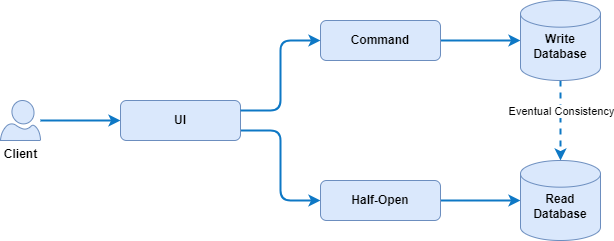
Earlier version of the draw.io export technology-expertise/images/arc-snippets/cqrs-pattern.drawio.png (alwarmb/alwarmb.github.io). Source tidied: cells renumbered, new cells last; positions are measured from the earlier drawing's top-left corner, leaving out a move shared by most shapes. The source it was exported from:
```xml
<mxGraphModel>
  <root>
    <mxCell id="0" />
    <mxCell id="1" parent="0" />
    <mxCell id="2" style="edgeStyle=orthogonalEdgeStyle;html=1;entryX=0;entryY=0.5;entryDx=0;entryDy=0;startArrow=none;startFill=0;strokeColor=#0E78C5;fillColor=#dae8fc;strokeWidth=2;" parent="1" edge="1" source="3" target="5">
      <mxGeometry relative="1" as="geometry" />
    </mxCell>
    <mxCell id="3" value="Client" style="verticalLabelPosition=bottom;html=1;verticalAlign=top;align=center;strokeColor=#6c8ebf;fillColor=#dae8fc;shape=mxgraph.azure.user;fontStyle=1;" parent="1" vertex="1">
      <mxGeometry y="100" width="40" height="40" as="geometry" />
    </mxCell>
    <mxCell id="4" style="html=1;entryX=0;entryY=0.5;entryDx=0;entryDy=0;startArrow=none;startFill=0;exitX=1;exitY=0.75;exitDx=0;exitDy=0;strokeColor=#0E78C5;fillColor=#dae8fc;edgeStyle=orthogonalEdgeStyle;strokeWidth=2;" parent="1" edge="1" source="5" target="9">
      <mxGeometry relative="1" as="geometry" />
    </mxCell>
    <mxCell id="5" value="UI" style="rounded=1;whiteSpace=wrap;html=1;fillColor=#dae8fc;strokeColor=#6C8EBF;fontStyle=1;" parent="1" vertex="1">
      <mxGeometry x="120" y="100" width="120" height="40" as="geometry" />
    </mxCell>
    <mxCell id="6" style="edgeStyle=orthogonalEdgeStyle;html=1;entryX=0;entryY=0.5;entryDx=0;entryDy=0;entryPerimeter=0;startArrow=none;startFill=0;strokeColor=#0E78C5;fillColor=#dae8fc;strokeWidth=2;" parent="1" edge="1" source="7" target="13">
      <mxGeometry relative="1" as="geometry" />
    </mxCell>
    <mxCell id="7" value="Command" style="rounded=1;whiteSpace=wrap;html=1;fillColor=#dae8fc;strokeColor=#6c8ebf;fontStyle=1;" parent="1" vertex="1">
      <mxGeometry x="320" y="20" width="120" height="40" as="geometry" />
    </mxCell>
    <mxCell id="8" value="&lt;br&gt;&lt;br&gt;&lt;br&gt;" style="edgeStyle=orthogonalEdgeStyle;html=1;entryX=0;entryY=0.5;entryDx=0;entryDy=0;entryPerimeter=0;startArrow=none;startFill=0;strokeColor=#0E78C5;fillColor=#dae8fc;strokeWidth=2;" parent="1" edge="1" source="9" target="14">
      <mxGeometry relative="1" as="geometry" />
    </mxCell>
    <mxCell id="9" value="Half-Open" style="rounded=1;whiteSpace=wrap;html=1;fillColor=#dae8fc;strokeColor=#6c8ebf;fontStyle=1;" parent="1" vertex="1">
      <mxGeometry x="320" y="180" width="120" height="40" as="geometry" />
    </mxCell>
    <mxCell id="10" style="edgeStyle=orthogonalEdgeStyle;html=1;entryX=0;entryY=0.5;entryDx=0;entryDy=0;fillColor=#dae8fc;strokeColor=#0E78C5;startArrow=none;startFill=0;exitX=1;exitY=0.25;exitDx=0;exitDy=0;strokeWidth=2;" parent="1" edge="1" source="5" target="7">
      <mxGeometry relative="1" as="geometry" />
    </mxCell>
    <mxCell id="11" style="edgeStyle=none;html=1;entryX=0.5;entryY=0;entryDx=0;entryDy=0;entryPerimeter=0;strokeColor=#0E78C5;fillColor=#dae8fc;startArrow=none;startFill=0;dashed=1;strokeWidth=2;" parent="1" edge="1" source="13" target="14">
      <mxGeometry relative="1" as="geometry" />
    </mxCell>
    <mxCell id="12" value="Eventual Consistency" style="edgeLabel;html=1;align=center;verticalAlign=middle;" parent="11" vertex="1">
      <mxGeometry x="0.21" y="-1" relative="1" as="geometry">
        <mxPoint x="1" y="-18" as="offset" />
      </mxGeometry>
    </mxCell>
    <mxCell id="13" value="Write&lt;br&gt;Database" style="strokeWidth=1;html=1;shape=mxgraph.flowchart.database;whiteSpace=wrap;fillColor=#dae8fc;strokeColor=#6c8ebf;spacing=2;fontStyle=1;spacingTop=12;" parent="1" vertex="1">
      <mxGeometry x="520" width="80" height="80" as="geometry" />
    </mxCell>
    <mxCell id="14" value="Read Database" style="strokeWidth=1;html=1;shape=mxgraph.flowchart.database;whiteSpace=wrap;fillColor=#dae8fc;strokeColor=#6c8ebf;fontStyle=1;spacingTop=12;" parent="1" vertex="1">
      <mxGeometry x="520" y="160" width="80" height="80" as="geometry" />
    </mxCell>
  </root>
</mxGraphModel>
```
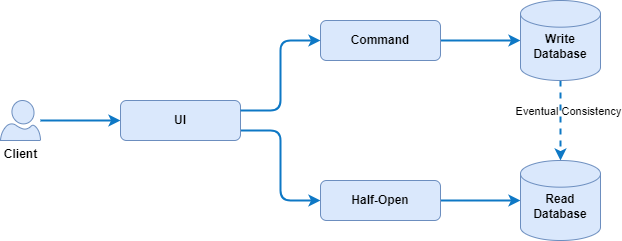
The same file after the commit.

Diff of the diagram source:
```diff
@@ -32,9 +32,9 @@
     <mxCell id="11" style="edgeStyle=none;html=1;entryX=0.5;entryY=0;entryDx=0;entryDy=0;entryPerimeter=0;strokeColor=#0E78C5;fillColor=#dae8fc;startArrow=none;startFill=0;dashed=1;strokeWidth=2;" parent="1" edge="1" source="13" target="14">
       <mxGeometry relative="1" as="geometry" />
     </mxCell>
-    <mxCell id="12" value="Eventual Consistency" style="edgeLabel;html=1;align=center;verticalAlign=middle;" parent="11" vertex="1">
+    <mxCell id="12" value="Eventual Consistency" style="edgeLabel;html=1;align=center;verticalAlign=middle;labelBackgroundColor=none;" parent="11" vertex="1">
       <mxGeometry x="0.21" y="-1" relative="1" as="geometry">
-        <mxPoint x="1" y="-18" as="offset" />
+        <mxPoint x="9" y="-18" as="offset" />
       </mxGeometry>
     </mxCell>
     <mxCell id="13" value="Write&lt;br&gt;Database" style="strokeWidth=1;html=1;shape=mxgraph.flowchart.database;whiteSpace=wrap;fillColor=#dae8fc;strokeColor=#6c8ebf;spacing=2;fontStyle=1;spacingTop=12;" parent="1" vertex="1">
```
